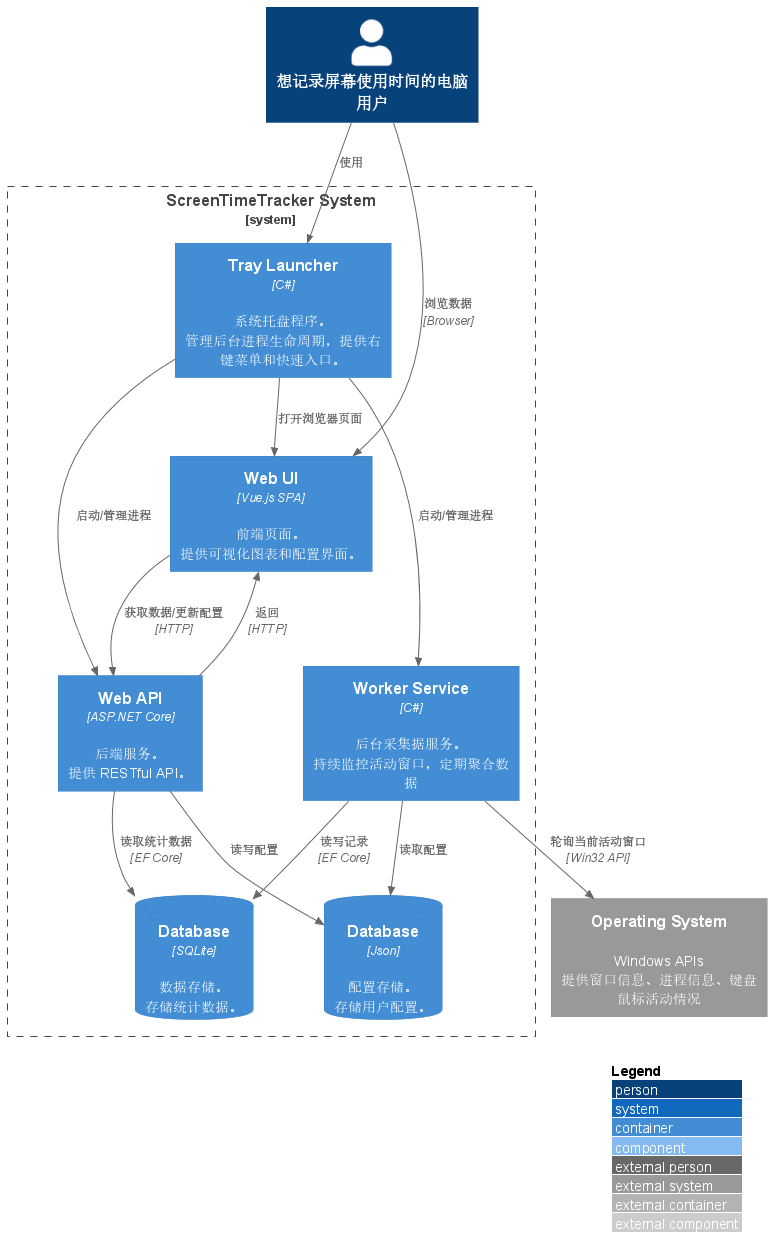
Earlier version of the PlantUML export docs/architecture/images/Container Diagram.png (LaLa-HaHa-Hei/ScreenTimeTracker).
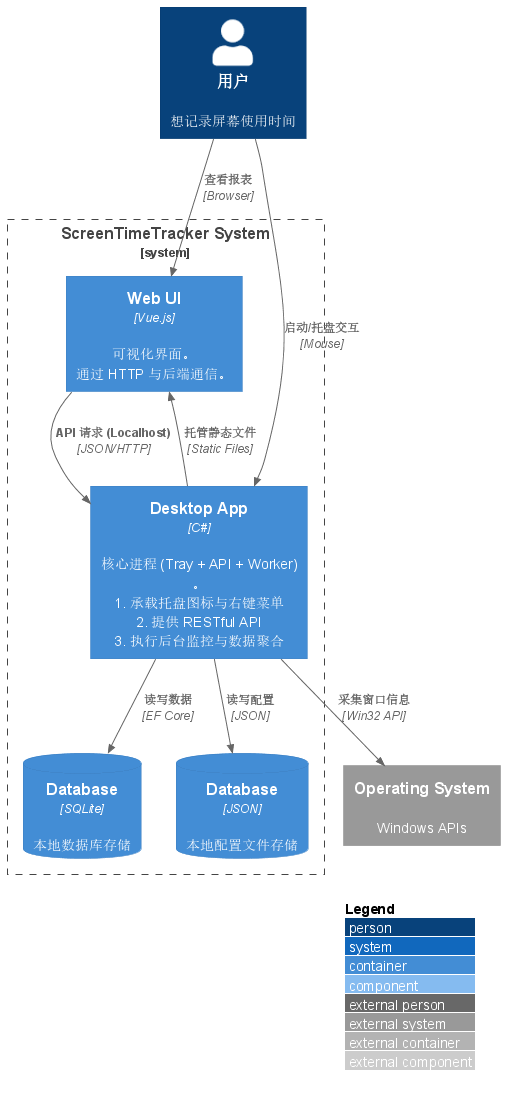
Later version of the same file.

Change to the diagram source:
```diff
@@ -1,36 +1,29 @@
 @startuml Container Diagram
 !include common.puml
 
-
-Person(user, "想记录屏幕使用时间的电脑用户")
+Person(user, "用户", "想记录屏幕使用时间")
 
 System_Boundary(c1, "ScreenTimeTracker System") {
-    Container(tray_launcher, "Tray Launcher", "C#", "系统托盘程序。\n管理后台进程生命周期，提供右键菜单和快速入口。")
-    Container(web_ui, "Web UI", "Vue.js SPA", "前端页面。\n提供可视化图表和配置界面。")
 
-    Container(web_api, "Web API", "ASP.NET Core", "后端服务。\n提供 RESTful API。")
-    Container(worker_service, "Worker Service", "C#", "后台采集据服务。\n持续监控活动窗口，定期聚合数据")
+    Container(web_ui, "Web UI", "Vue.js", "可视化界面。\n通过 HTTP 与后端通信。")
 
-    ContainerDb(db_usage, "Database", "SQLite", "数据存储。\n存储统计数据。")
-    ContainerDb(db_config, "Database", "Json", "配置存储。\n存储用户配置。")
+    Container(desktop_host, "Desktop App", "C#", "核心进程 (Tray + API + Worker)。\n1. 承载托盘图标与右键菜单\n2. 提供 RESTful API\n3. 执行后台监控与数据聚合")
+
+    ContainerDb(db, "Database", "SQLite", "本地数据库存储")
+    ContainerDb(json, "Database", "JSON", "本地配置文件存储")
 }
-System_Ext(os, "Operating System", "Windows APIs\n提供窗口信息、进程信息、键盘鼠标活动情况")
 
-Rel(user, tray_launcher, "使用")
-Rel(user, web_ui, "浏览数据", "Browser")
+System_Ext(os, "Operating System", "Windows APIs")
 
-Rel(tray_launcher, web_api, "启动/管理进程")
-Rel(tray_launcher, worker_service, "启动/管理进程")
-Rel(tray_launcher, web_ui, "打开浏览器页面")
+Rel(user, desktop_host, "启动/托盘交互", "Mouse")
+Rel(user, web_ui, "查看报表", "Browser")
 
-Rel(web_api, db_config, "读写配置")
-Rel(worker_service, db_config, "读取配置")
-Rel(web_api, web_ui, "返回", "HTTP")
+Rel(web_ui, desktop_host, "API 请求 (Localhost)", "JSON/HTTP")
 
-Rel(web_ui, web_api, "获取数据/更新配置", "HTTP")
-Rel(web_api, db_usage, "读取统计数据", "EF Core")
+Rel(desktop_host, os, "采集窗口信息", "Win32 API")
+Rel(desktop_host, web_ui, "托管静态文件", "Static Files")
 
-Rel(worker_service, os, "轮询当前活动窗口", "Win32 API")
-Rel(worker_service, db_usage, "读写记录", "EF Core")
+Rel(desktop_host, db, "读写数据", "EF Core")
+Rel(desktop_host, json, "读写配置", "JSON")
 
 @enduml
```
